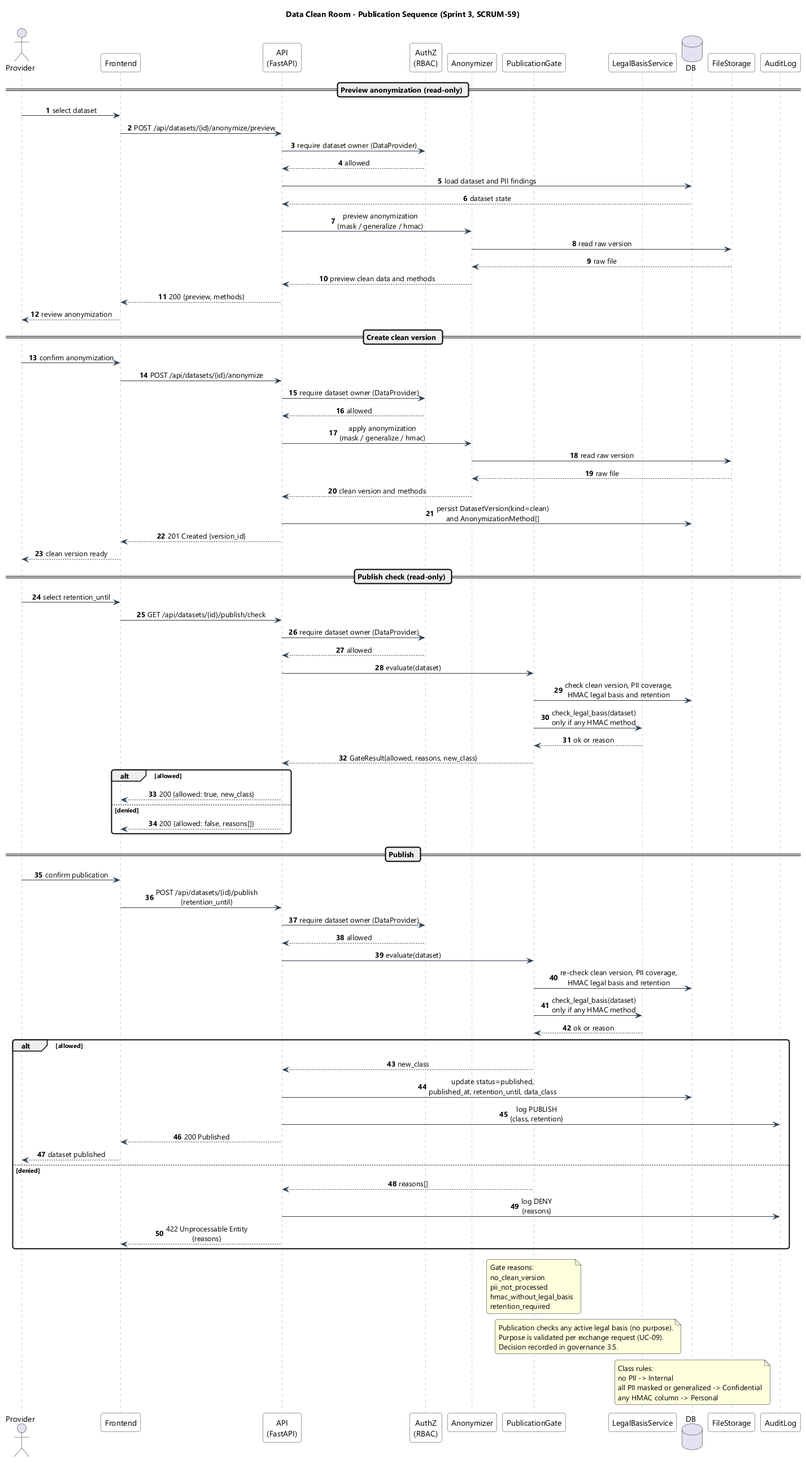
olesJS/data_clean_room keeps this PlantUML diagram as docs/architecture/sequence-publish.png. Above is the earlier version.
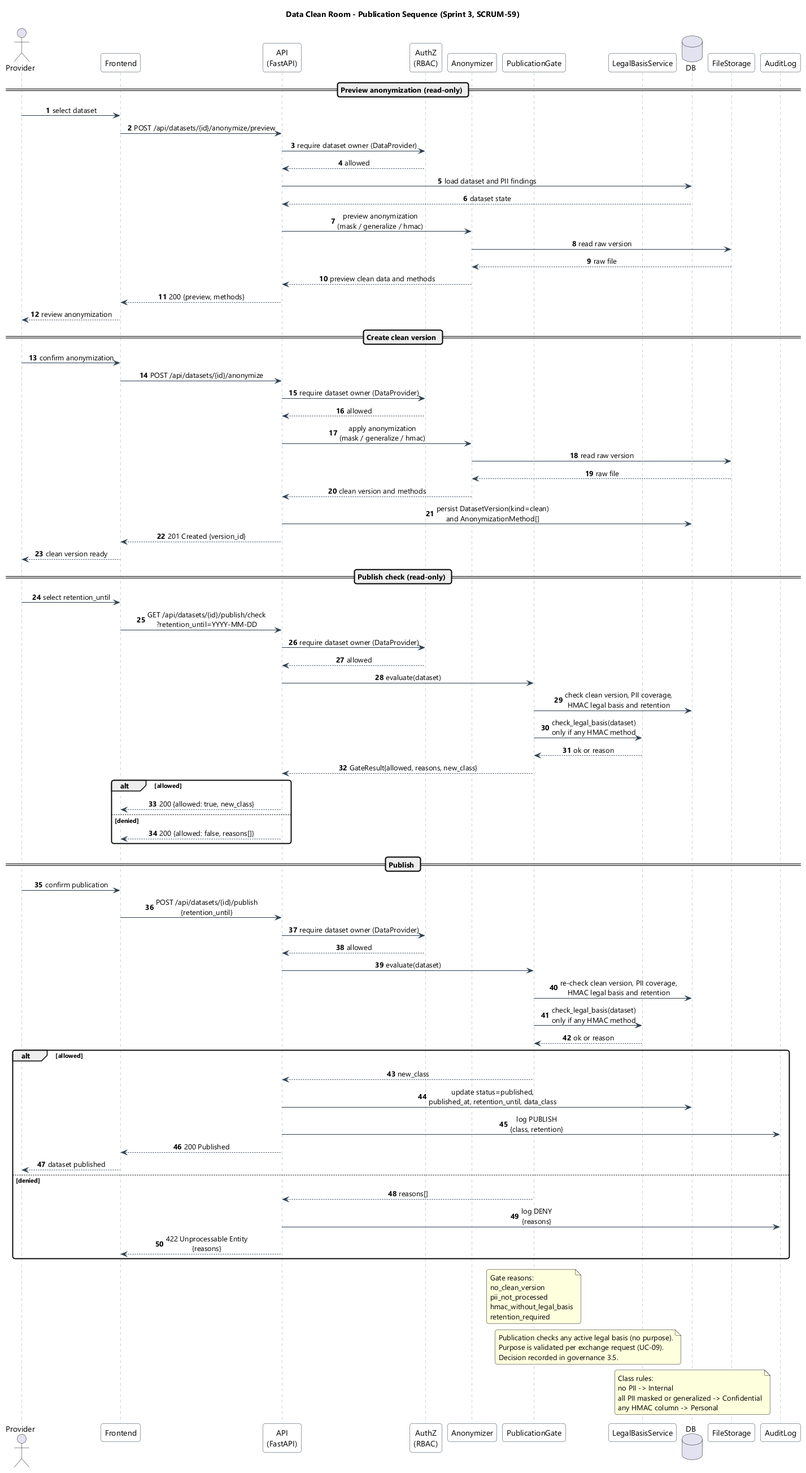
Later version of the same file.

Commit message:
docs(SCRUM-59): pass proposed retention to publish check

The edit, as a diff of the source:
```diff
@@ -59,7 +59,7 @@
 
 == Publish check (read-only) ==
 Provider -> Frontend: select retention_until
-Frontend -> API: GET /api/datasets/{id}/publish/check
+Frontend -> API: GET /api/datasets/{id}/publish/check\n?retention_until=YYYY-MM-DD
 API -> AuthZ: require dataset owner (DataProvider)
 AuthZ --> API: allowed
 API -> Gate: evaluate(dataset)
```
